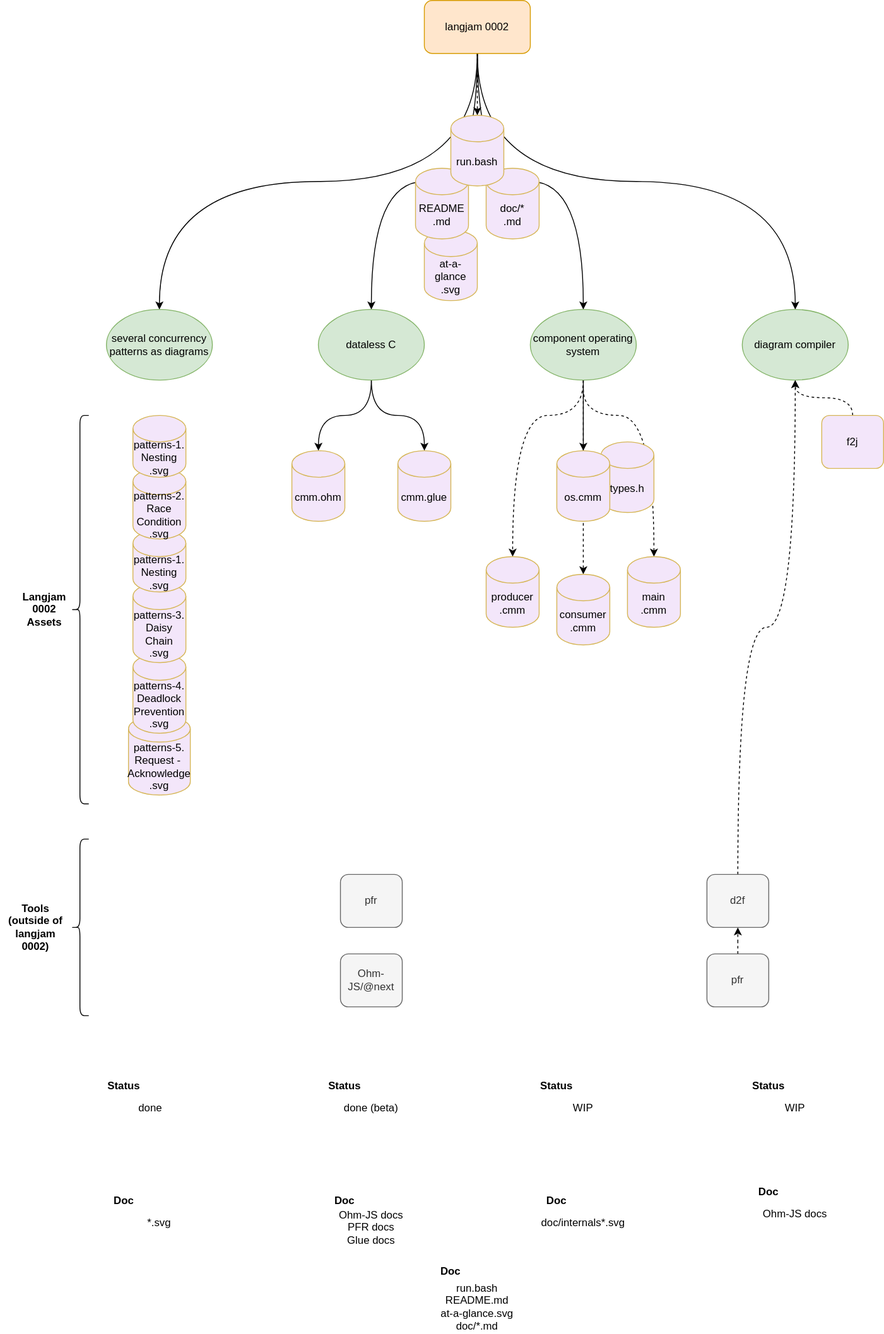
langjam/jam0002 keeps this draw.io diagram as guitarvydas/at-a-glance.svg. Above is the earlier version. Source tidied: cells renumbered, new cells last; positions are measured from the earlier drawing's top-left corner, leaving out a move shared by most shapes.
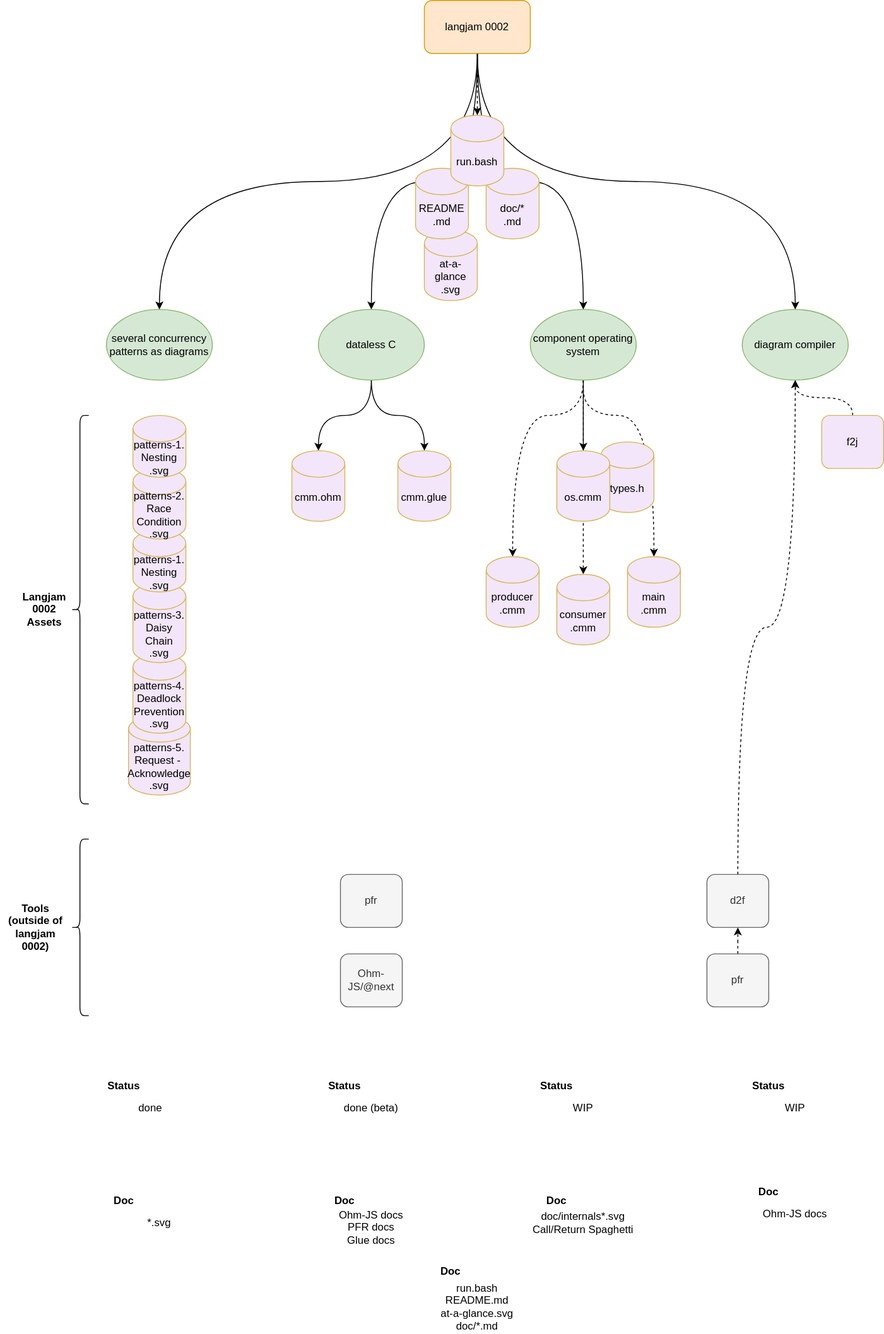
The same diagram one commit later.

The edit, as a diff of the source:
```diff
@@ -180,8 +180,8 @@
     <mxCell id="56" value="&lt;b&gt;Doc&lt;/b&gt;" style="text;html=1;strokeColor=none;fillColor=none;align=center;verticalAlign=middle;whiteSpace=wrap;rounded=0;" parent="1" vertex="1">
       <mxGeometry x="610" y="1350" width="40" height="20" as="geometry" />
     </mxCell>
-    <mxCell id="57" value="doc/internals*.svg" style="text;html=1;strokeColor=none;fillColor=none;align=center;verticalAlign=middle;whiteSpace=wrap;rounded=0;" parent="1" vertex="1">
-      <mxGeometry x="610" y="1370" width="100" height="30" as="geometry" />
+    <mxCell id="57" value="doc/internals*.svg&lt;br&gt;Call/Return Spaghetti" style="text;html=1;strokeColor=none;fillColor=none;align=center;verticalAlign=middle;whiteSpace=wrap;rounded=0;" parent="1" vertex="1">
+      <mxGeometry x="600" y="1370" width="120" height="30" as="geometry" />
     </mxCell>
     <mxCell id="58" value="&lt;b&gt;Doc&lt;/b&gt;" style="text;html=1;strokeColor=none;fillColor=none;align=center;verticalAlign=middle;whiteSpace=wrap;rounded=0;" parent="1" vertex="1">
       <mxGeometry x="850" y="1340" width="40" height="20" as="geometry" />
```
